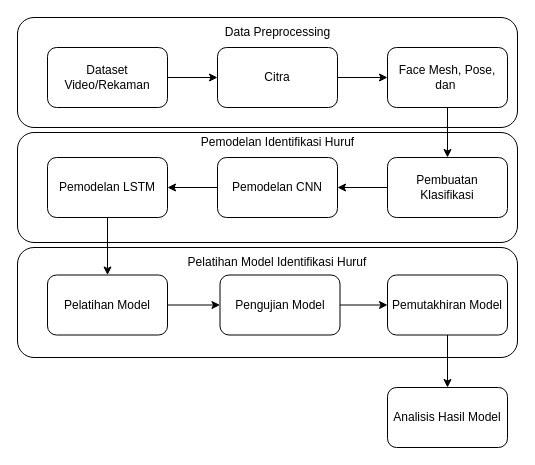
This is page "metodologi" (1 of 5) of metodologi-thesis-v2.drawio from DaffaMage/daffa-diagrams, a draw.io file, before an edit. Source tidied: cells renumbered, new cells numbered last; positions are measured from the earlier drawing's top-left corner, leaving out a move shared by most shapes. Both pictures are drawn from the tidied source at 100%, with x=0, y=0 at pixel (17, 17).
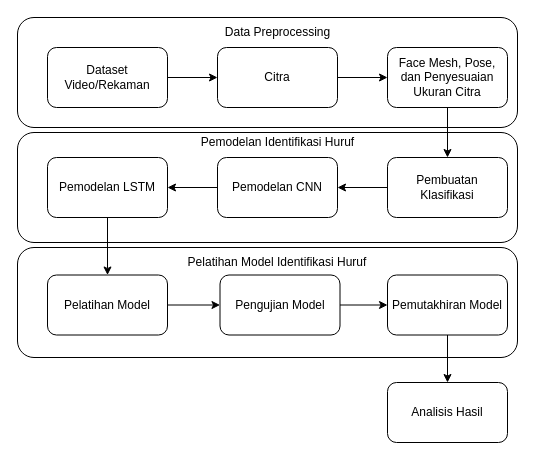
The same page after the edit.

The change refers to these unchanged cells:
```xml
<mxCell id="25" value="Pemutakhiran Model" style="rounded=1;whiteSpace=wrap;html=1;" parent="1" vertex="1">
  <mxGeometry x="370" y="257.5" width="120" height="60" as="geometry" />
</mxCell>
```

Change to the diagram source:
```diff
@@
-    <mxCell id="10" value="Face Mesh, Pose, dan&amp;nbsp;" style="rounded=1;whiteSpace=wrap;html=1;" parent="1" vertex="1">
+    <mxCell id="10" value="Face Mesh, Pose, dan Penyesuaian Ukuran Citra" style="rounded=1;whiteSpace=wrap;html=1;" parent="1" vertex="1">
       <mxGeometry x="370" y="30" width="120" height="60" as="geometry" />
     </mxCell>
@@
-    <mxCell id="24" style="edgeStyle=orthogonalEdgeStyle;rounded=0;jettySize=auto;html=1;" parent="1" edge="1" source="25" target="26">
-      <mxGeometry relative="1" as="geometry" />
-    </mxCell>
+    <mxCell id="27" style="edgeStyle=orthogonalEdgeStyle;rounded=0;jettySize=auto;html=1;startArrow=none;startFill=0;" parent="1" edge="1" source="25" target="28">
+      <mxGeometry relative="1" as="geometry" />
+    </mxCell>
@@
-    <mxCell id="26" value="Analisis Hasil Model" style="rounded=1;whiteSpace=wrap;html=1;" parent="1" vertex="1">
-      <mxGeometry x="370" y="370" width="120" height="60" as="geometry" />
-    </mxCell>
+    <mxCell id="28" value="Analisis Hasil" style="rounded=1;whiteSpace=wrap;html=1;" parent="1" vertex="1">
+      <mxGeometry x="370" y="365" width="120" height="60" as="geometry" />
+    </mxCell>
```
